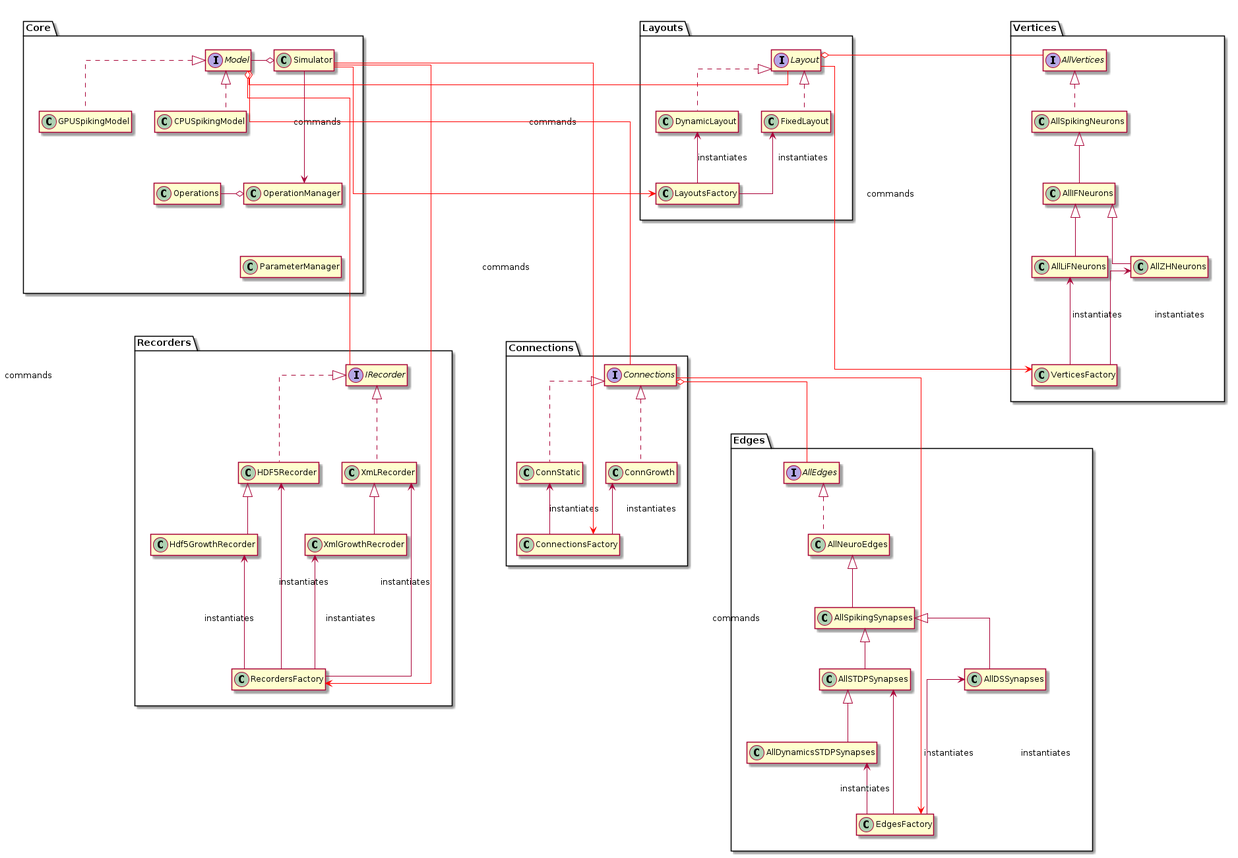
Above: docs/Developer/ClassDiagrams/diagrams/package UML.png in UWB-Biocomputing/Graphitti (PlantUML), before the change. The source it was exported from:
```plantuml
@startuml package UML

skinparam linetype ortho
hide members

package Core{
   class Simulator
   class CPUSpikingModel implements Model
   class GPUSpikingModel implements Model
   class Operations
   class OperationManager
   class ParameterManager

   Model -left-o Simulator
   Operations -right-o OperationManager
   Simulator ---> OperationManager : commands

   CPUSpikingModel -[hidden]right> GPUSpikingModel
   CPUSpikingModel -[hidden]-> Operations
   OperationManager -[hidden]-> ParameterManager
}

package Layouts{
   class FixedLayout implements Layout
   class DynamicLayout implements Layout
   class LayoutsFactory
   FixedLayout <-- LayoutsFactory : instantiates
   DynamicLayout <-- LayoutsFactory : instantiates
}

package Vertices{
   class AllSpikingNeurons implements AllVertices
   class AllIFNeurons extends AllSpikingNeurons
   class AllLiFNeurons extends AllIFNeurons
   class AllZHNeurons extends AllIFNeurons
   class VerticesFactory
   VerticesFactory -up-> AllLiFNeurons : instantiates
   VerticesFactory -up-> AllZHNeurons : instantiates
}

package Recorders{
   class  XmLRecorder implements IRecorder
   class HDF5Recorder implements IRecorder
   class XmlGrowthRecroder extends XmLRecorder
   class Hdf5GrowthRecorder extends HDF5Recorder
   class RecordersFactory
   XmLRecorder <-- RecordersFactory : instantiates
   HDF5Recorder <-- RecordersFactory : instantiates
   XmlGrowthRecroder <--- RecordersFactory : instantiates
   Hdf5GrowthRecorder <--- RecordersFactory : instantiates
}

package Connections{
   class ConnStatic implements Connections
   class ConnGrowth Implements Connections
   class ConnectionsFactory
   ConnectionsFactory --up> ConnStatic : instantiates
   ConnectionsFactory --up> ConnGrowth  : instantiates
}

package Edges{
   class AllNeuroEdges implements AllEdges
   class AllSpikingSynapses extends AllNeuroEdges
   class AllSTDPSynapses extends AllSpikingSynapses
   class AllDSSynapses extends AllSpikingSynapses
   class AllDynamicsSTDPSynapses extends AllSTDPSynapses
   class EdgesFactory
   EdgesFactory --up-> AllSTDPSynapses : instantiates
   EdgesFactory --up-> AllDSSynapses : instantiates
   EdgesFactory --up> AllDynamicsSTDPSynapses : instantiates
}

Simulator -[#red]-> LayoutsFactory : commands
Simulator -[#red]----> ConnectionsFactory: commands
Simulator -[#red]----> RecordersFactory: commands
Model o-[#red] Layout
Model o-[#red]-- Connections
Model o-[#red]--- IRecorder

Layout o-[#red] AllVertices
Layout -[#red]---> VerticesFactory : commands

Connections o-[#red]- AllEdges
Connections -[#red]---> EdgesFactory : commands

Core -[hidden]right>  Layouts
Layouts -[hidden]right> Vertices
Core -[hidden]down----> Recorders
Layouts -[hidden]down----> Connections
Vertices -[hidden]down-----> Edges
@enduml
```
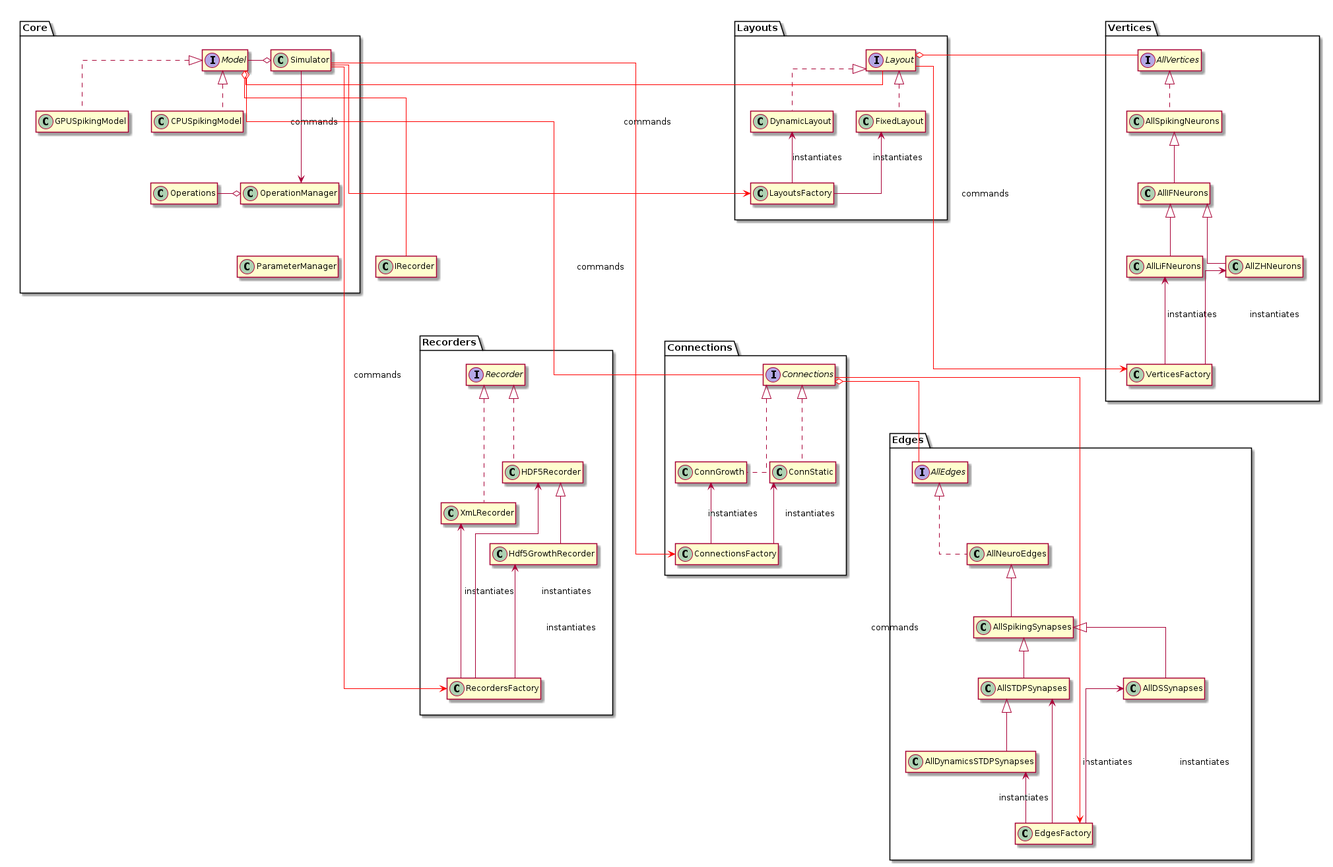
Above is the later version.

Diff of the diagram source:
```diff
@@ -39,14 +39,12 @@
 }
 
 package Recorders{
-   class  XmLRecorder implements IRecorder
-   class HDF5Recorder implements IRecorder
-   class XmlGrowthRecroder extends XmLRecorder
+   class  XmLRecorder implements Recorder
+   class HDF5Recorder implements Recorder
    class Hdf5GrowthRecorder extends HDF5Recorder
    class RecordersFactory
    XmLRecorder <-- RecordersFactory : instantiates
    HDF5Recorder <-- RecordersFactory : instantiates
-   XmlGrowthRecroder <--- RecordersFactory : instantiates
    Hdf5GrowthRecorder <--- RecordersFactory : instantiates
 }
 
```
